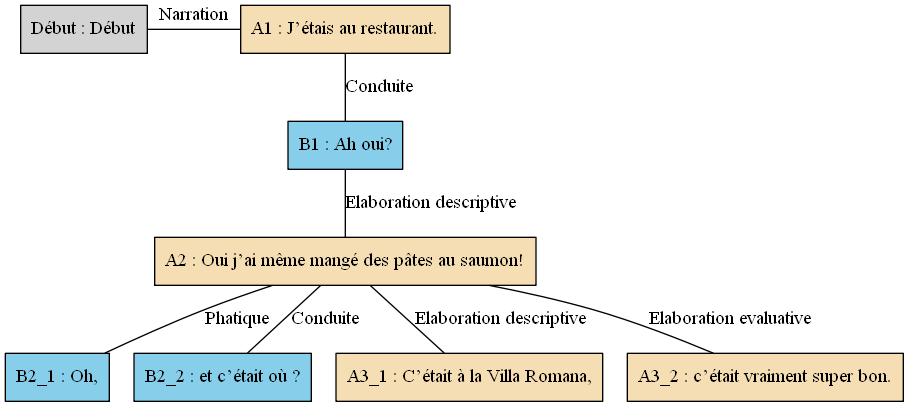
This is arbres/Bac_a_sable/Bac_a_sable_-_A09.gv.png from AlaixComet/AnnotationSlamPTut, a Graphviz export, as it was before one commit. Its source is kept beside it as arbres/Bac_a_sable/Bac_a_sable_-_A09.gv.
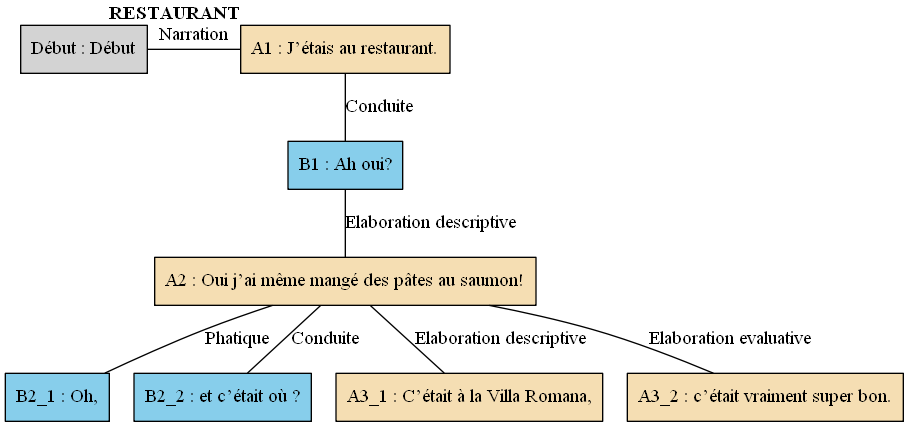
The same diagram one commit later.

Diff of the diagram source:
```diff
@@ -1,13 +1,13 @@
 digraph A09 {
 	node [shape=box style=filled]
-	"Début" [label="Début : Début"]
-	A1 [label="A1 : J’étais au restaurant." fillcolor=wheat]
-	B1 [label="B1 : Ah oui?" fillcolor=skyblue]
-	A2 [label="A2 : Oui j’ai même mangé des pâtes au saumon!" fillcolor=wheat]
-	B2_1 [label="B2_1 : Oh," fillcolor=skyblue]
-	B2_2 [label="B2_2 : et c’était où ?" fillcolor=skyblue]
-	A3_1 [label="A3_1 : C’était à la Villa Romana," fillcolor=wheat]
-	A3_2 [label="A3_2 : c’était vraiment super bon." fillcolor=wheat]
+	"Début" [label="Début : Début" xlabel=""]
+	A1 [label="A1 : J’étais au restaurant." fillcolor=wheat xlabel=<<B>RESTAURANT</B>>]
+	B1 [label="B1 : Ah oui?" fillcolor=skyblue xlabel=""]
+	A2 [label="A2 : Oui j’ai même mangé des pâtes au saumon!" fillcolor=wheat xlabel=""]
+	B2_1 [label="B2_1 : Oh," fillcolor=skyblue xlabel=""]
+	B2_2 [label="B2_2 : et c’était où ?" fillcolor=skyblue xlabel=""]
+	A3_1 [label="A3_1 : C’était à la Villa Romana," fillcolor=wheat xlabel=""]
+	A3_2 [label="A3_2 : c’était vraiment super bon." fillcolor=wheat xlabel=""]
 	{
 		rank=same
 		"Début"
```
